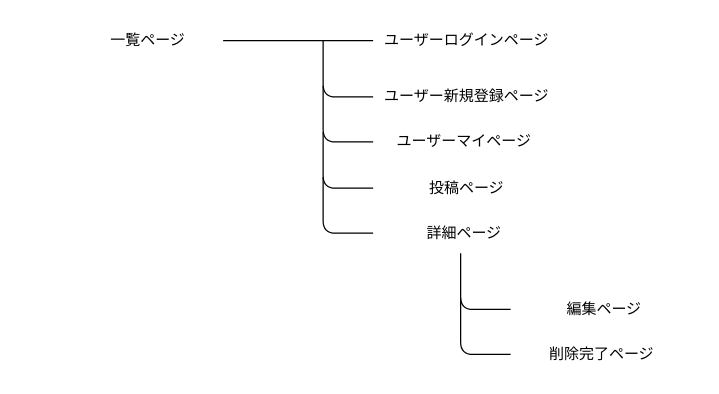
The draw.io diagram page "画面遷移図" (2 of 2) of test.dio in naoya1215/omoide37272, before the edit. Source tidied: cells renumbered, new cells numbered last; positions are measured from the earlier drawing's top-left corner, leaving out a move shared by most shapes. Both pictures are drawn from the tidied source at 125%, with x=0, y=0 at pixel (72, 21).
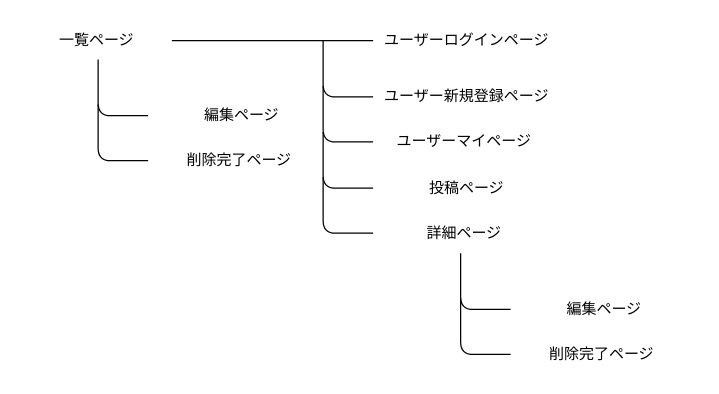
Above is the later version.

Change to the diagram source:
```diff
@@
     <mxCell id="2" value="一覧ページ" style="text;html=1;strokeColor=none;fillColor=none;align=center;verticalAlign=middle;whiteSpace=wrap;rounded=0;" parent="1" vertex="1">
-      <mxGeometry width="120" height="30" as="geometry" />
+      <mxGeometry x="-41" width="120" height="30" as="geometry" />
     </mxCell>
@@
+    <mxCell id="17" style="endArrow=none;html=1;" parent="1" edge="1">
+      <mxGeometry relative="1" as="geometry">
+        <mxPoint x="20" y="30" as="sourcePoint" />
+        <mxPoint x="60" y="75" as="targetPoint" />
+        <Array as="points">
+          <mxPoint x="20" y="75" />
+        </Array>
+      </mxGeometry>
+    </mxCell>
+    <mxCell id="18" value="編集ページ" style="text;html=1;strokeColor=none;fillColor=none;align=center;verticalAlign=middle;whiteSpace=wrap;rounded=0;" parent="1" vertex="1">
+      <mxGeometry x="60" y="60" width="150" height="30" as="geometry" />
+    </mxCell>
+    <mxCell id="19" style="endArrow=none;html=1;" parent="1" edge="1">
+      <mxGeometry relative="1" as="geometry">
+        <mxPoint x="20" y="66" as="sourcePoint" />
+        <mxPoint x="60" y="111" as="targetPoint" />
+        <Array as="points">
+          <mxPoint x="20" y="111" />
+        </Array>
+      </mxGeometry>
+    </mxCell>
+    <mxCell id="20" value="削除完了ページ" style="text;html=1;strokeColor=none;fillColor=none;align=center;verticalAlign=middle;whiteSpace=wrap;rounded=0;" parent="1" vertex="1">
+      <mxGeometry x="58" y="96" width="150" height="30" as="geometry" />
+    </mxCell>
```
